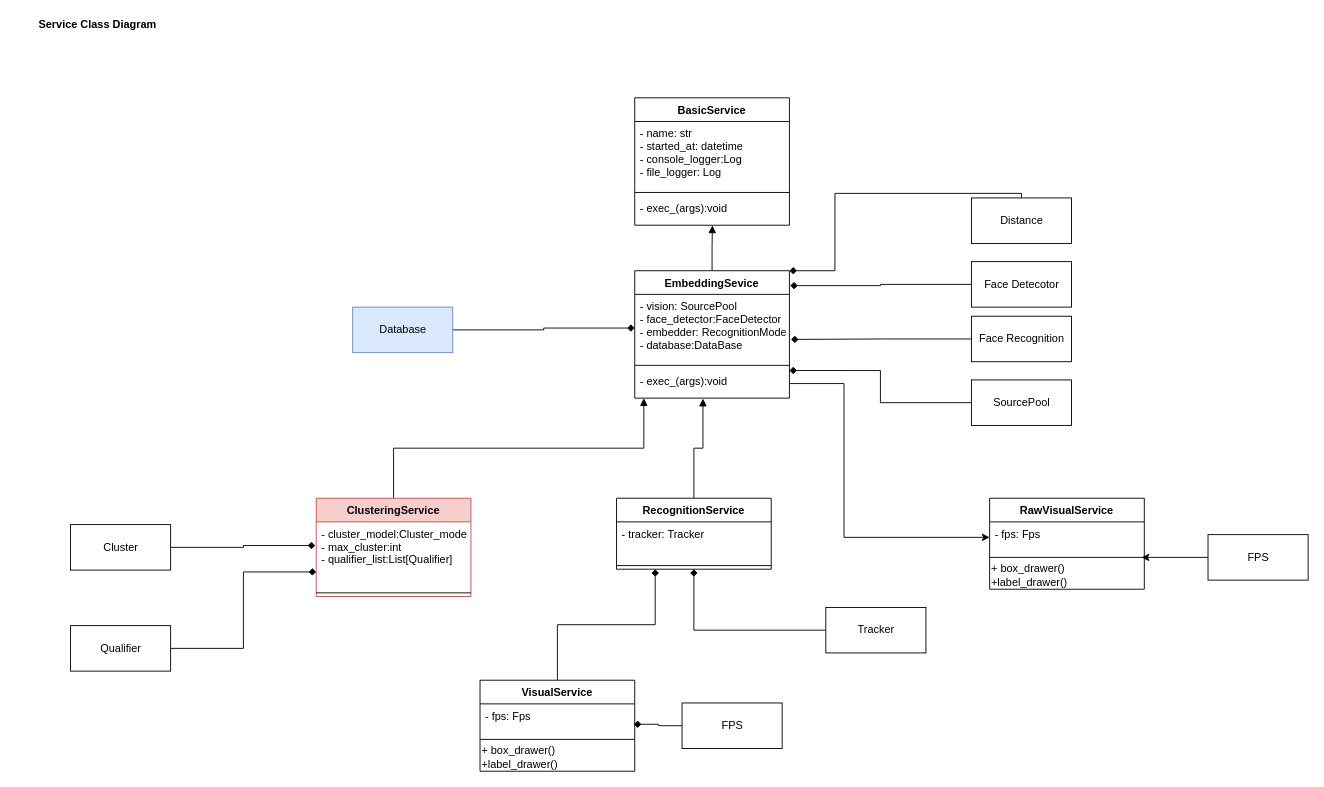
Above: page "Class Diagram Service" (3 of 4) of doc/diagram/face recognition.drawio in armin-azh/siamese (draw.io), before the change. Source tidied: cells renumbered, new cells numbered last; positions are measured from the earlier drawing's top-left corner, leaving out a move shared by most shapes. Both pictures are drawn from the tidied source at 91%, with x=0, y=0 at pixel (15, 15).
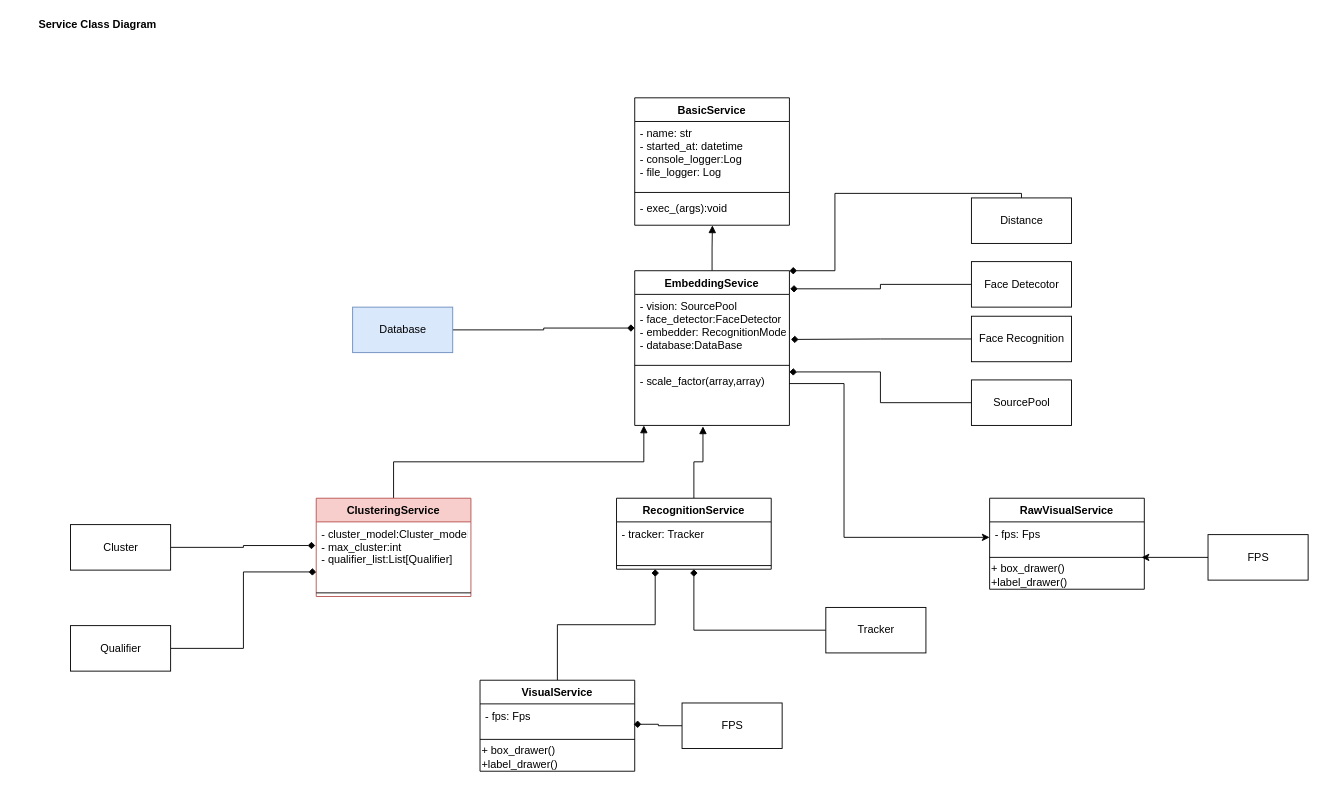
The same page after the edit.

The edit, as a diff of the source:
```diff
@@
     <mxCell id="15" value="EmbeddingSevice" style="swimlane;fontStyle=1;align=center;verticalAlign=top;horizontal=1;startSize=26;" parent="1" vertex="1">
-      <mxGeometry x="680" y="280" width="170" height="140" as="geometry" />
+      <mxGeometry x="680" y="280" width="170" height="170" as="geometry" />
     </mxCell>
@@
-    <mxCell id="18" value="- exec_(args):void&#10;" style="text;align=left;verticalAlign=top;spacingLeft=4;spacingRight=4;overflow=hidden;points=[[0,0.5],[1,0.5]];portConstraint=eastwest;" parent="15" vertex="1">
-      <mxGeometry y="108" width="170" height="32" as="geometry" />
+    <mxCell id="18" value="- scale_factor(array,array)" style="text;align=left;verticalAlign=top;spacingLeft=4;spacingRight=4;overflow=hidden;points=[[0,0.5],[1,0.5]];portConstraint=eastwest;" parent="15" vertex="1">
+      <mxGeometry y="108" width="170" height="62" as="geometry" />
     </mxCell>
```
